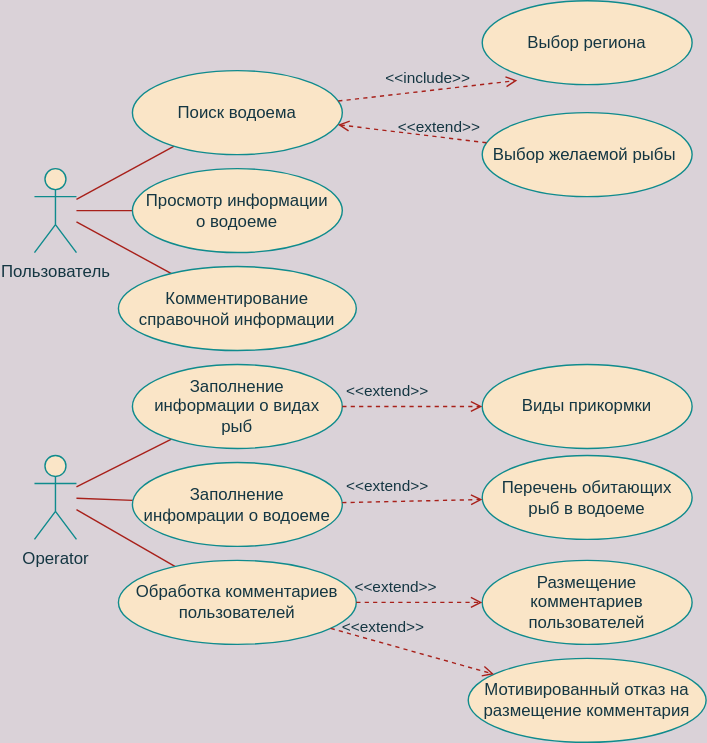
Gsuslov/site keeps this draw.io diagram as use readme.svg. Above is the earlier version. Source tidied: cells renumbered, new cells last; positions are measured from the earlier drawing's top-left corner, leaving out a move shared by most shapes.
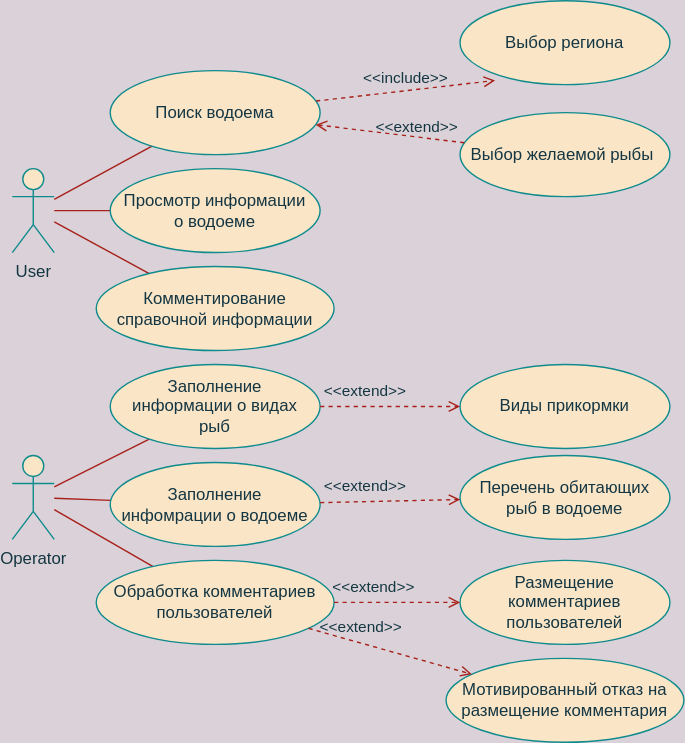
After the change.

What changed in the source:
```diff
@@ -2,7 +2,7 @@
   <root>
     <mxCell id="0" />
     <mxCell id="1" parent="0" />
-    <mxCell id="2" value="Пользователь" style="shape=umlActor;verticalLabelPosition=bottom;verticalAlign=top;html=1;outlineConnect=0;fillColor=#FAE5C7;strokeColor=#0F8B8D;fontColor=#143642;" parent="1" vertex="1">
+    <mxCell id="2" value="User&lt;br&gt;" style="shape=umlActor;verticalLabelPosition=bottom;verticalAlign=top;html=1;outlineConnect=0;fillColor=#FAE5C7;strokeColor=#0F8B8D;fontColor=#143642;" parent="1" vertex="1">
       <mxGeometry y="120" width="30" height="60" as="geometry" />
     </mxCell>
     <mxCell id="3" style="rounded=0;jettySize=auto;html=1;endArrow=none;endFill=0;labelBackgroundColor=#DAD2D8;strokeColor=#A8201A;fontColor=#143642;" parent="1" edge="1" source="4" target="2">
```
